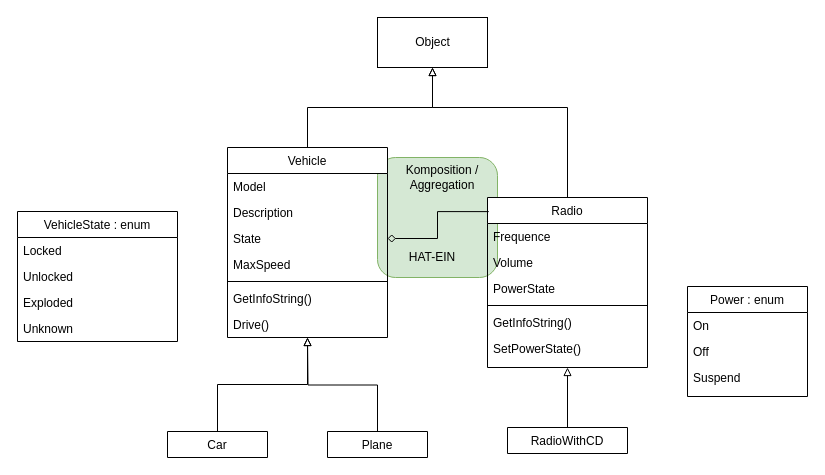
Before: page "Polymorphie" (4 of 6) of src/20201119/Anforderungen_Diagramme.drawio in atillakati/sw_developer_2020_Atilla, a draw.io diagram. Source tidied: cells renumbered, new cells numbered last; positions are measured from the earlier drawing's top-left corner, leaving out a move shared by most shapes. Both pictures are drawn from the tidied source at 100%, with x=0, y=0 at pixel (17, 17).
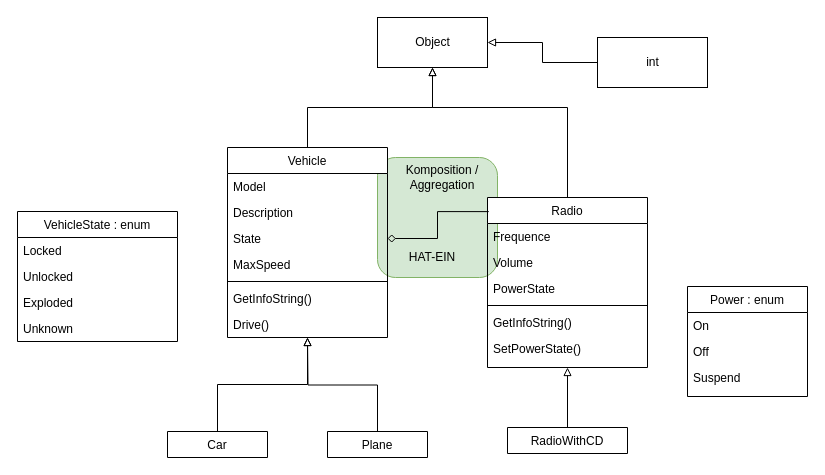
After the change.

Unchanged cells that the change refers to:
```xml
<mxCell id="38" value="Object" style="html=1;" parent="1" vertex="1">
  <mxGeometry x="360" width="110" height="50" as="geometry" />
</mxCell>
```

What changed in the source:
```diff
@@
+    <mxCell id="39" style="edgeStyle=orthogonalEdgeStyle;rounded=0;jettySize=auto;html=1;endArrow=block;endFill=0;" parent="1" edge="1" source="40" target="38">
+      <mxGeometry relative="1" as="geometry" />
+    </mxCell>
+    <mxCell id="40" value="int" style="html=1;" parent="1" vertex="1">
+      <mxGeometry x="580" y="20" width="110" height="50" as="geometry" />
+    </mxCell>
```
